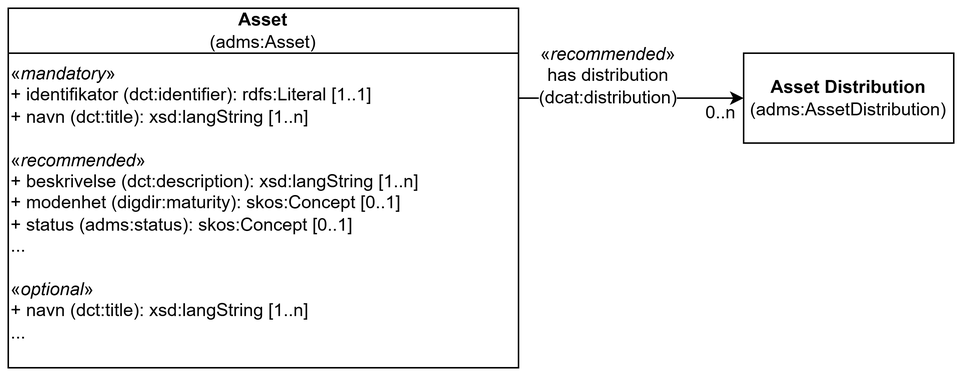
jimjyang/playground keeps this draw.io diagram as archadms-ap-no/docs/images/KlassenAsset.png. Above is the earlier version. Source tidied: cells renumbered, new cells last; positions are measured from the earlier drawing's top-left corner, leaving out a move shared by most shapes.
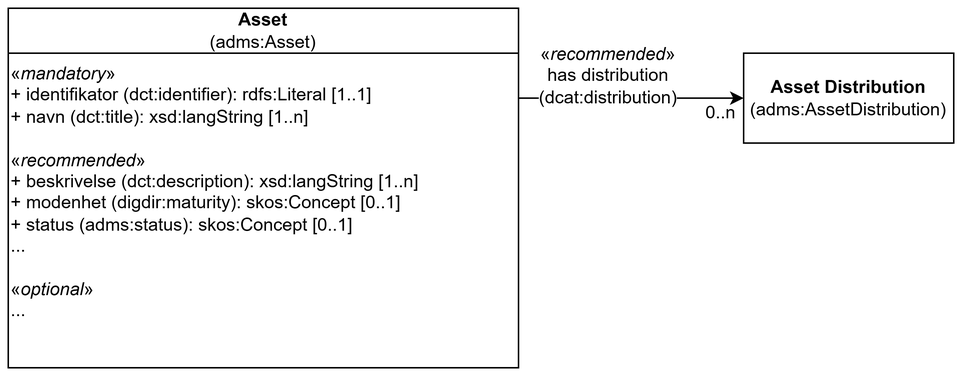
The same file after the commit.

Change to the diagram source:
```diff
@@ -5,7 +5,7 @@
     <mxCell id="2" value="Asset&lt;div&gt;&lt;span style=&quot;font-weight: normal;&quot;&gt;(adms:Asset)&lt;/span&gt;&lt;/div&gt;" style="swimlane;whiteSpace=wrap;html=1;startSize=30;" parent="1" vertex="1">
       <mxGeometry width="340" height="240" as="geometry" />
     </mxCell>
-    <mxCell id="3" value="&lt;div&gt;«&lt;i&gt;mandatory&lt;/i&gt;»&lt;/div&gt;&lt;div&gt;+&amp;nbsp;identifikator&amp;nbsp;(dct:identifier): rdfs:Literal [1..1]&lt;/div&gt;&lt;div&gt;+ navn (dct:title): xsd:langString [1..n]&lt;/div&gt;&lt;div&gt;&lt;br&gt;&lt;/div&gt;&lt;div&gt;«&lt;i&gt;recommended&lt;/i&gt;»&lt;/div&gt;&lt;div&gt;+ beskrivelse (dct:description):&amp;nbsp;&lt;span style=&quot;background-color: transparent; color: light-dark(rgb(0, 0, 0), rgb(255, 255, 255));&quot;&gt;xsd:langString [1..n]&lt;/span&gt;&lt;/div&gt;&lt;div&gt;+ modenhet (digdir:maturity): skos:Concept [0..1]&lt;/div&gt;&lt;div&gt;+ status (adms:status): skos:Concept [0..1]&lt;/div&gt;&lt;div&gt;...&lt;/div&gt;&lt;div&gt;&lt;br&gt;&lt;/div&gt;&lt;div&gt;«&lt;i&gt;optional&lt;/i&gt;»&lt;/div&gt;&lt;div&gt;+ navn (dct:title): xsd:langString [1..n]&lt;/div&gt;&lt;div&gt;...&lt;/div&gt;" style="text;html=1;whiteSpace=wrap;strokeColor=none;fillColor=none;align=left;verticalAlign=top;rounded=0;" parent="2" vertex="1">
+    <mxCell id="3" value="&lt;div&gt;«&lt;i&gt;mandatory&lt;/i&gt;»&lt;/div&gt;&lt;div&gt;+&amp;nbsp;identifikator&amp;nbsp;(dct:identifier): rdfs:Literal [1..1]&lt;/div&gt;&lt;div&gt;+ navn (dct:title): xsd:langString [1..n]&lt;/div&gt;&lt;div&gt;&lt;br&gt;&lt;/div&gt;&lt;div&gt;«&lt;i&gt;recommended&lt;/i&gt;»&lt;/div&gt;&lt;div&gt;+ beskrivelse (dct:description):&amp;nbsp;&lt;span style=&quot;background-color: transparent; color: light-dark(rgb(0, 0, 0), rgb(255, 255, 255));&quot;&gt;xsd:langString [1..n]&lt;/span&gt;&lt;/div&gt;&lt;div&gt;+ modenhet (digdir:maturity): skos:Concept [0..1]&lt;/div&gt;&lt;div&gt;+ status (adms:status): skos:Concept [0..1]&lt;/div&gt;&lt;div&gt;...&lt;/div&gt;&lt;div&gt;&lt;br&gt;&lt;/div&gt;&lt;div&gt;«&lt;i&gt;optional&lt;/i&gt;»&lt;/div&gt;&lt;div&gt;&lt;span style=&quot;background-color: transparent; color: light-dark(rgb(0, 0, 0), rgb(255, 255, 255));&quot;&gt;...&lt;/span&gt;&lt;/div&gt;" style="text;html=1;whiteSpace=wrap;strokeColor=none;fillColor=none;align=left;verticalAlign=top;rounded=0;" parent="2" vertex="1">
       <mxGeometry y="30" width="320" height="190" as="geometry" />
     </mxCell>
     <mxCell id="4" value="&lt;b&gt;Asset Distribution&lt;/b&gt;&lt;div&gt;(adms:AssetDistribution)&lt;/div&gt;" style="rounded=0;whiteSpace=wrap;html=1;" parent="1" vertex="1">
```
